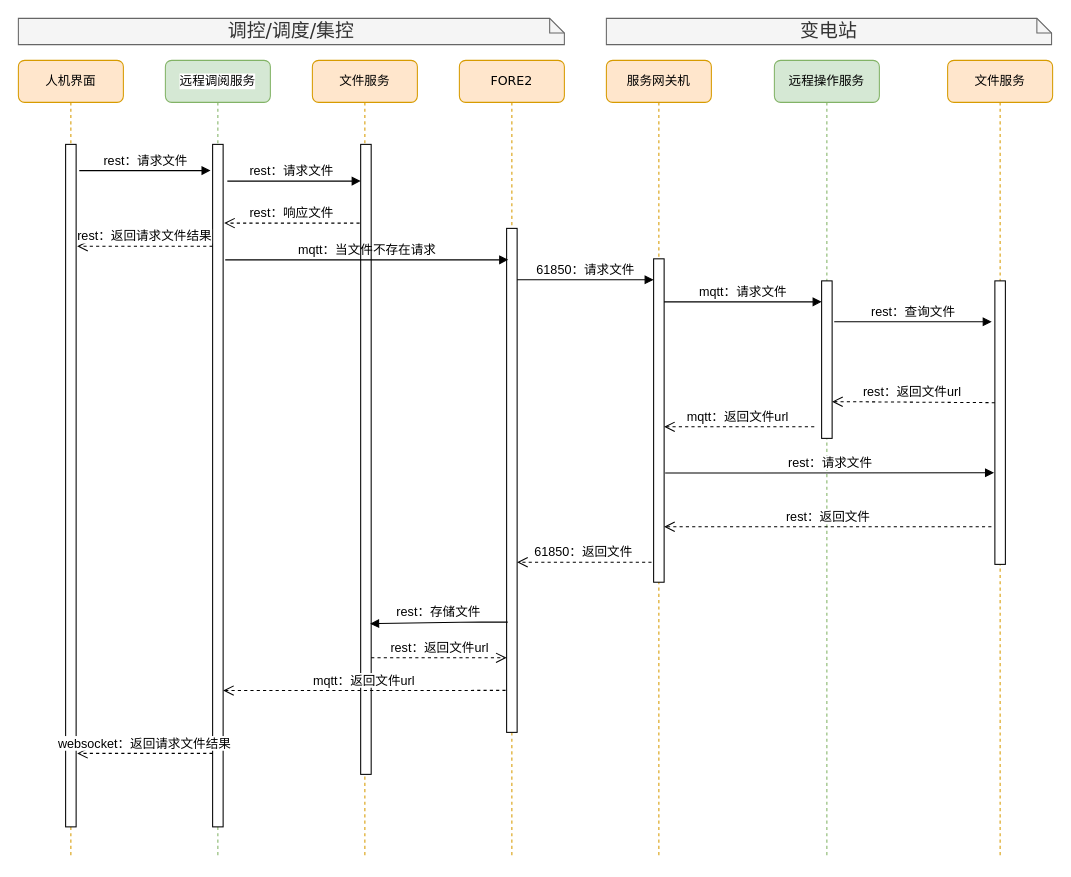
Earlier version of the draw.io diagram page "文件调阅" (3 of 4) of 远程服务.drawio (qwe995272801/taowenxiang). Source tidied: cells renumbered, new cells numbered last; positions are measured from the earlier drawing's top-left corner, leaving out a move shared by most shapes. Both pictures are drawn from the tidied source at 105%, with x=0, y=0 at pixel (18, 18).
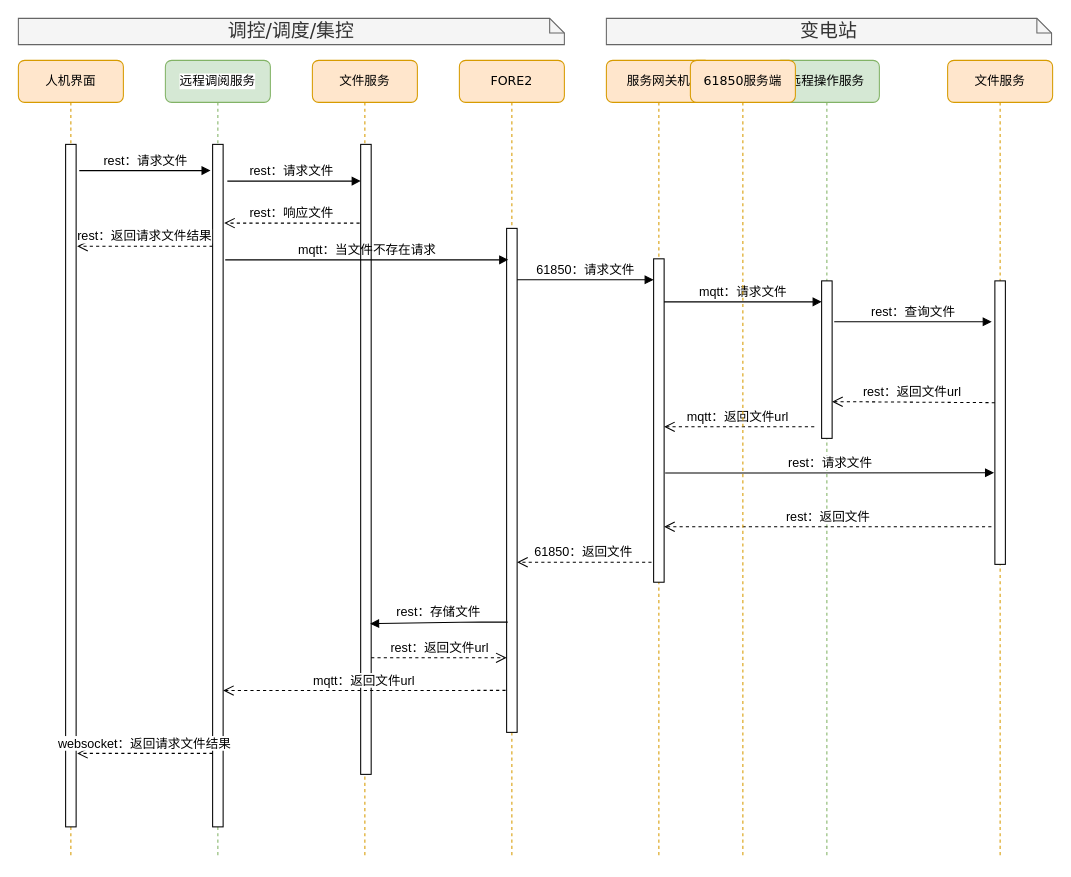
After the change.

Change to the diagram source:
```diff
@@
+    <mxCell id="35" value="61850服务端" style="shape=umlLifeline;perimeter=lifelinePerimeter;whiteSpace=wrap;html=1;rounded=1;shadow=0;comic=0;labelBackgroundColor=none;strokeWidth=1;fontFamily=Verdana;fontSize=12;align=center;fillColor=#ffe6cc;strokeColor=#d79b00;" parent="1" vertex="1">
+      <mxGeometry x="640" y="40" width="100" height="760" as="geometry" />
+    </mxCell>
```
